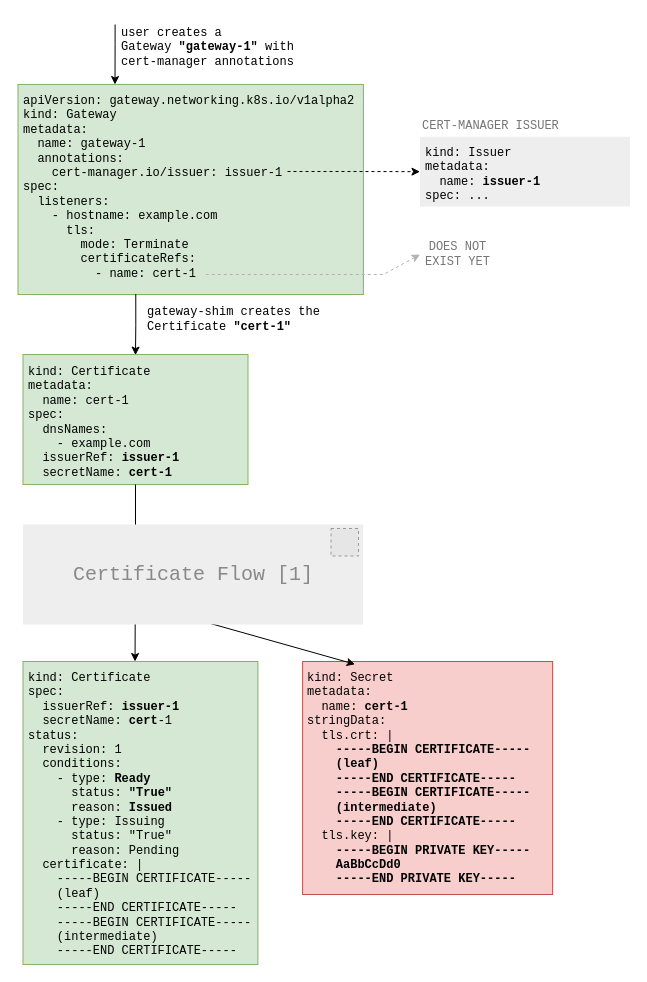
Earlier version of the draw.io diagram public/images/request-certificate-debug/gateway-shim-flow.drawio (cert-manager/website). Source tidied: cells renumbered, new cells numbered last; positions are measured from the earlier drawing's top-left corner, leaving out a move shared by most shapes. Both pictures are drawn from the tidied source at 100%, with x=0, y=0 at pixel (17, 24). Pictures stored in the file or linked from it are replaced by grey dashed boxes.
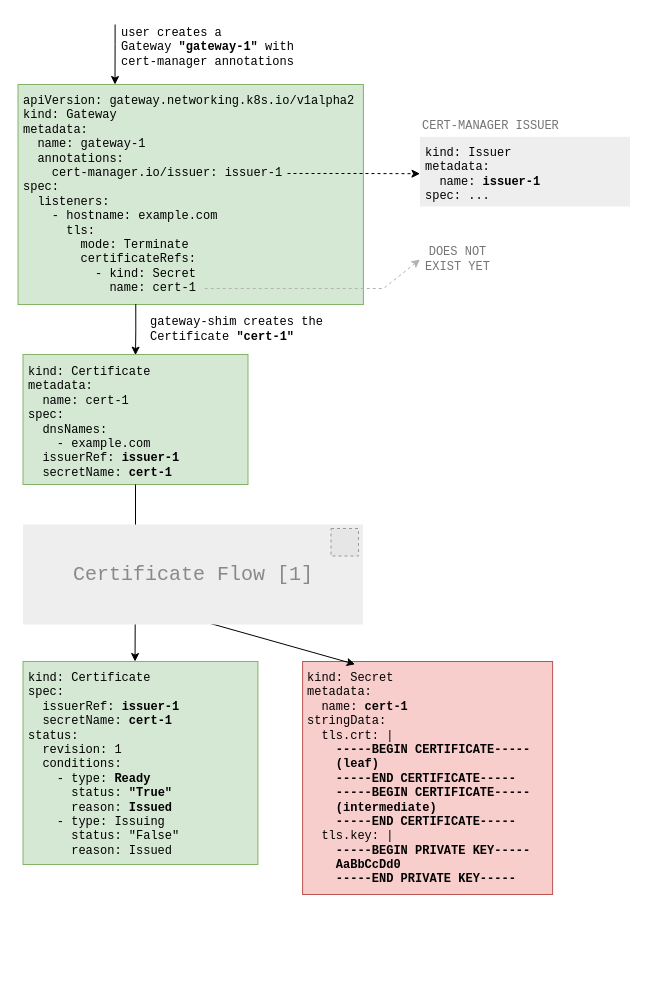
The same diagram, later.

Unchanged cells that the change refers to:
```xml
<mxCell id="2" value="kind: Issuer&lt;br&gt;metadata:&lt;br&gt;&amp;nbsp; name:&amp;nbsp;&lt;b style=&quot;border-color: var(--border-color);&quot;&gt;issuer-1&lt;/b&gt;&lt;br&gt;spec: ..." style="text;html=1;align=left;verticalAlign=top;whiteSpace=wrap;rounded=0;fontFamily=Courier New;spacing=5;fillColor=#EEEEEE;" parent="1" vertex="1">
  <mxGeometry x="402.5" y="112.3" width="210" height="69.7" as="geometry" />
</mxCell>
```

The edit, as a diff of the source:
```diff
@@
     <mxCell id="3" value="gateway-shim creates the Certificate &lt;b&gt;&quot;cert-1&quot;&lt;/b&gt;" style="text;html=1;strokeColor=none;fillColor=none;align=left;verticalAlign=middle;whiteSpace=wrap;rounded=0;fontFamily=Courier New;" parent="1" vertex="1">
-      <mxGeometry x="128" y="280" width="210" height="30" as="geometry" />
+      <mxGeometry x="131" y="290" width="210" height="30" as="geometry" />
     </mxCell>
@@
     <mxCell id="7" value="&lt;div&gt;&lt;font&gt;DOES NOT EXIST YET&lt;/font&gt;&lt;/div&gt;" style="text;html=1;strokeColor=none;fillColor=none;align=center;verticalAlign=middle;whiteSpace=wrap;rounded=0;fontFamily=Courier New;fontColor=#757575;" parent="1" vertex="1">
-      <mxGeometry x="402.5" y="210" width="75" height="40" as="geometry" />
+      <mxGeometry x="402.5" y="215" width="75" height="40" as="geometry" />
     </mxCell>
@@
     <mxCell id="9" style="group;fontFamily=Courier New;" parent="1" vertex="1">
-      <mxGeometry x="0.5" y="60" width="347.5" height="210" as="geometry" />
+      <mxGeometry x="0.5" y="60" width="347.5" height="220" as="geometry" />
     </mxCell>
     <mxCell id="10" style="rounded=0;whiteSpace=wrap;html=1;fillColor=#d5e8d4;strokeColor=#82b366;fontFamily=Courier New;" parent="9" vertex="1">
-      <mxGeometry width="345.4" height="210" as="geometry" />
+      <mxGeometry width="345.4" height="220" as="geometry" />
     </mxCell>
-    <mxCell id="11" value="&lt;div&gt;apiVersion: gateway.networking.k8s.io/v1alpha2&lt;/div&gt;kind: Gateway&lt;br&gt;metadata:&lt;br&gt;&amp;nbsp; name: gateway-1&lt;br&gt;&amp;nbsp; annotations:&lt;br&gt;&amp;nbsp; &amp;nbsp;&amp;nbsp;cert-manager.io/issuer: issuer-1&lt;br&gt;&lt;div&gt;spec:&lt;/div&gt;&lt;div&gt;&amp;nbsp; listeners:&lt;/div&gt;&lt;div&gt;&amp;nbsp; &amp;nbsp; -&amp;nbsp;&lt;span style=&quot;background-color: initial;&quot;&gt;hostname: example.com&lt;/span&gt;&lt;/div&gt;&lt;div&gt;&amp;nbsp; &amp;nbsp; &amp;nbsp; tls:&lt;/div&gt;&lt;div&gt;&amp;nbsp; &amp;nbsp; &amp;nbsp; &amp;nbsp; mode: Terminate&lt;/div&gt;&lt;div&gt;&amp;nbsp; &amp;nbsp; &amp;nbsp; &amp;nbsp; certificateRefs:&lt;/div&gt;&lt;div&gt;&amp;nbsp; &amp;nbsp; &amp;nbsp; &amp;nbsp; &amp;nbsp; - name: cert-1&lt;/div&gt;" style="text;html=1;strokeColor=none;fillColor=none;align=left;verticalAlign=top;whiteSpace=wrap;rounded=0;fontFamily=Courier New;spacing=5;" parent="9" vertex="1">
-      <mxGeometry width="345.4" height="210" as="geometry" />
+    <mxCell id="11" value="&lt;div&gt;apiVersion: gateway.networking.k8s.io/v1alpha2&lt;/div&gt;kind: Gateway&lt;br&gt;metadata:&lt;br&gt;&amp;nbsp; name: gateway-1&lt;br&gt;&amp;nbsp; annotations:&lt;br&gt;&amp;nbsp; &amp;nbsp;&amp;nbsp;cert-manager.io/issuer: issuer-1&lt;br&gt;&lt;div&gt;spec:&lt;/div&gt;&lt;div&gt;&amp;nbsp; listeners:&lt;/div&gt;&lt;div&gt;&amp;nbsp; &amp;nbsp; -&amp;nbsp;&lt;span style=&quot;background-color: initial;&quot;&gt;hostname: example.com&lt;/span&gt;&lt;/div&gt;&lt;div&gt;&amp;nbsp; &amp;nbsp; &amp;nbsp; tls:&lt;/div&gt;&lt;div&gt;&amp;nbsp; &amp;nbsp; &amp;nbsp; &amp;nbsp; mode: Terminate&lt;/div&gt;&lt;div&gt;&amp;nbsp; &amp;nbsp; &amp;nbsp; &amp;nbsp; certificateRefs:&lt;/div&gt;&lt;div&gt;&amp;nbsp; &amp;nbsp; &amp;nbsp; &amp;nbsp; &amp;nbsp; -&amp;nbsp;kind: Secret&lt;br&gt;&amp;nbsp; &amp;nbsp; &amp;nbsp; &amp;nbsp; &amp;nbsp; &amp;nbsp; name: cert-1&lt;/div&gt;" style="text;html=1;strokeColor=none;fillColor=none;align=left;verticalAlign=top;whiteSpace=wrap;rounded=0;fontFamily=Courier New;spacing=5;" parent="9" vertex="1">
+      <mxGeometry width="345.4" height="220" as="geometry" />
     </mxCell>
     <mxCell id="12" style="endArrow=none;html=1;dashed=1;startArrow=classic;startFill=1;fontColor=#757575;strokeColor=#B3B3B3;fontFamily=Courier New;rounded=0;exitX=0;exitY=0.5;exitDx=0;exitDy=0;" parent="9" edge="1" source="7">
       <mxGeometry relative="1" as="geometry">
-        <mxPoint x="185.5" y="190" as="targetPoint" />
+        <mxPoint x="185.5" y="204" as="targetPoint" />
         <Array as="points">
-          <mxPoint x="365.5" y="190" />
+          <mxPoint x="365.5" y="204" />
         </Array>
       </mxGeometry>
     </mxCell>
@@
-    <mxCell id="15" style="endArrow=classic;html=1;fontFamily=Courier New;dashed=1;edgeStyle=elbowEdgeStyle;rounded=0;entryX=0;entryY=0.5;entryDx=0;entryDy=0;" parent="1" edge="1" target="2">
+    <mxCell id="15" style="endArrow=classic;html=1;fontFamily=Courier New;dashed=1;edgeStyle=elbowEdgeStyle;rounded=0;entryX=0;entryY=0.5;entryDx=0;entryDy=0;" parent="1" edge="1">
       <mxGeometry relative="1" as="geometry">
-        <mxPoint x="270" y="147" as="sourcePoint" />
+        <mxPoint x="270" y="149" as="sourcePoint" />
+        <mxPoint x="402.5" y="149.2" as="targetPoint" />
       </mxGeometry>
     </mxCell>
@@
-    <mxCell id="18" value="kind: Certificate&lt;br&gt;spec:&lt;br&gt;&amp;nbsp; issuerRef:&amp;nbsp;&lt;b style=&quot;border-color: var(--border-color);&quot;&gt;issuer-1&lt;/b&gt;&lt;br&gt;&amp;nbsp; secretName:&amp;nbsp;&lt;b style=&quot;border-color: var(--border-color);&quot;&gt;cert&lt;/b&gt;-1&lt;br&gt;status:&lt;br&gt;&amp;nbsp; revision: 1&lt;br&gt;&amp;nbsp; conditions:&lt;br&gt;&amp;nbsp; &amp;nbsp; - type: &lt;b&gt;Ready&lt;/b&gt;&lt;br&gt;&amp;nbsp; &amp;nbsp; &amp;nbsp; status: &lt;b&gt;&quot;True&quot;&lt;/b&gt;&lt;br&gt;&amp;nbsp; &amp;nbsp; &amp;nbsp; reason: &lt;b&gt;Issued&lt;/b&gt;&lt;br&gt;&amp;nbsp; &amp;nbsp; - type: Issuing&lt;br&gt;&amp;nbsp; &amp;nbsp; &amp;nbsp; status: &quot;True&quot;&lt;br&gt;&amp;nbsp; &amp;nbsp; &amp;nbsp; reason: Pending&lt;br&gt;&amp;nbsp; certificate: |&lt;b&gt;&lt;br&gt;&lt;/b&gt;&amp;nbsp; &amp;nbsp; -----BEGIN CERTIFICATE-----&lt;br&gt;&amp;nbsp; &amp;nbsp; (leaf)&lt;br&gt;&amp;nbsp; &amp;nbsp; -----END CERTIFICATE-----&lt;br&gt;&amp;nbsp; &amp;nbsp; -----BEGIN CERTIFICATE-----&lt;br&gt;&amp;nbsp; &amp;nbsp; (intermediate)&lt;br&gt;&amp;nbsp; &amp;nbsp; -----END CERTIFICATE-----&lt;b&gt;&lt;br&gt;&lt;/b&gt;" style="text;html=1;strokeColor=#82b366;fillColor=#d5e8d4;align=left;verticalAlign=top;whiteSpace=wrap;rounded=0;fontFamily=Courier New;spacingTop=0;spacingBottom=0;spacing=5;" parent="1" vertex="1">
-      <mxGeometry x="5.5" y="637" width="234.9" height="303" as="geometry" />
+    <mxCell id="18" value="kind: Certificate&lt;br&gt;spec:&lt;br&gt;&amp;nbsp; issuerRef:&amp;nbsp;&lt;b style=&quot;border-color: var(--border-color);&quot;&gt;issuer-1&lt;/b&gt;&lt;br&gt;&amp;nbsp; secretName:&amp;nbsp;&lt;b&gt;&lt;span style=&quot;border-color: var(--border-color);&quot;&gt;cert&lt;/span&gt;-1&lt;/b&gt;&lt;br&gt;status:&lt;br&gt;&amp;nbsp; revision: 1&lt;br&gt;&amp;nbsp; conditions:&lt;br&gt;&amp;nbsp; &amp;nbsp; - type: &lt;b&gt;Ready&lt;/b&gt;&lt;br&gt;&amp;nbsp; &amp;nbsp; &amp;nbsp; status: &lt;b&gt;&quot;True&quot;&lt;/b&gt;&lt;br&gt;&amp;nbsp; &amp;nbsp; &amp;nbsp; reason: &lt;b&gt;Issued&lt;/b&gt;&lt;br&gt;&amp;nbsp; &amp;nbsp; - type: Issuing&lt;br&gt;&amp;nbsp; &amp;nbsp; &amp;nbsp; status: &quot;False&quot;&lt;br&gt;&amp;nbsp; &amp;nbsp; &amp;nbsp; reason: Issued&lt;b&gt;&lt;br&gt;&lt;/b&gt;" style="text;html=1;strokeColor=#82b366;fillColor=#d5e8d4;align=left;verticalAlign=top;whiteSpace=wrap;rounded=0;fontFamily=Courier New;spacingTop=0;spacingBottom=0;spacing=5;" parent="1" vertex="1">
+      <mxGeometry x="5.5" y="637" width="234.9" height="203" as="geometry" />
     </mxCell>
```
